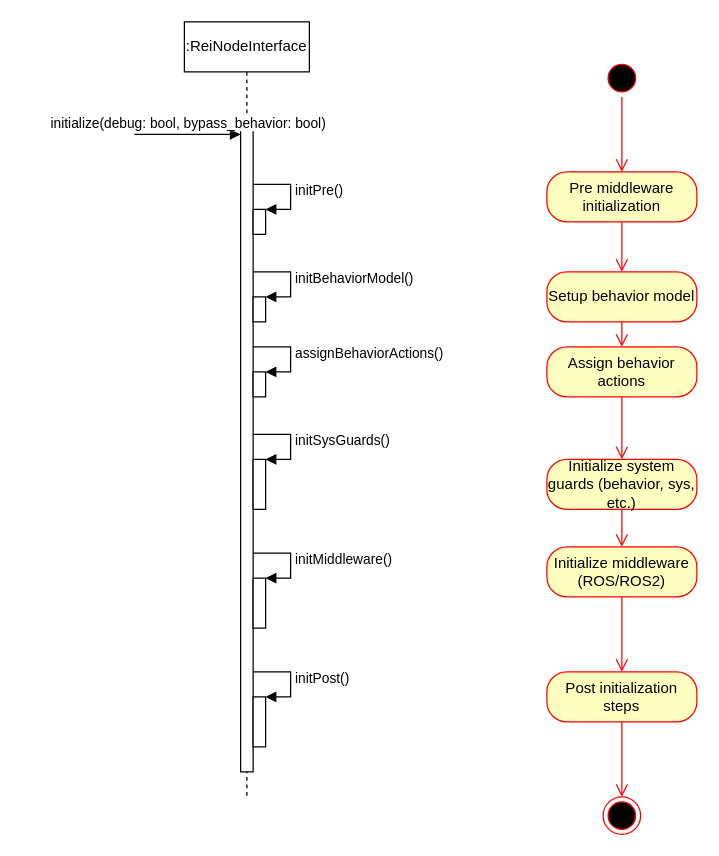
The draw.io diagram page "InitSequence" (1 of 2) of rei_node_library/design/reinodedesign.drawio in kyberszittya/rei_environment, before the edit. Source tidied: cells renumbered, new cells numbered last; positions are measured from the earlier drawing's top-left corner, leaving out a move shared by most shapes. Both pictures are drawn from the tidied source at 125%, with x=0, y=0 at pixel (134, 21).
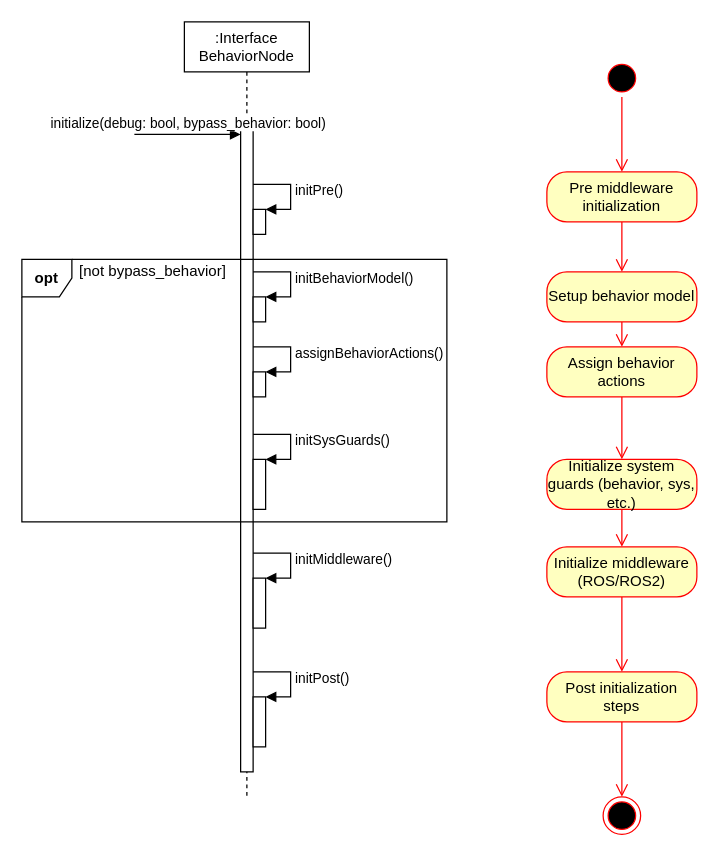
Above is the later version.

Change to the diagram source:
```diff
@@
-    <mxCell id="2" value=":ReiNodeInterface" style="shape=umlLifeline;perimeter=lifelinePerimeter;whiteSpace=wrap;html=1;" parent="1" vertex="1">
+    <mxCell id="2" value=":Interface&lt;br&gt;BehaviorNode" style="shape=umlLifeline;perimeter=lifelinePerimeter;whiteSpace=wrap;html=1;size=40;" parent="1" vertex="1">
       <mxGeometry x="40" width="100" height="620" as="geometry" />
     </mxCell>
@@
+    <mxCell id="32" value="&lt;b&gt;opt&lt;/b&gt;" style="shape=umlFrame;whiteSpace=wrap;html=1;width=40;height=30;" parent="1" vertex="1">
+      <mxGeometry x="-90" y="190" width="340" height="210" as="geometry" />
+    </mxCell>
+    <mxCell id="33" value="[not bypass_behavior]" style="text;html=1;strokeColor=none;fillColor=none;align=center;verticalAlign=middle;whiteSpace=wrap;rounded=0;" parent="1" vertex="1">
+      <mxGeometry x="-50" y="190" width="130" height="20" as="geometry" />
+    </mxCell>
```
